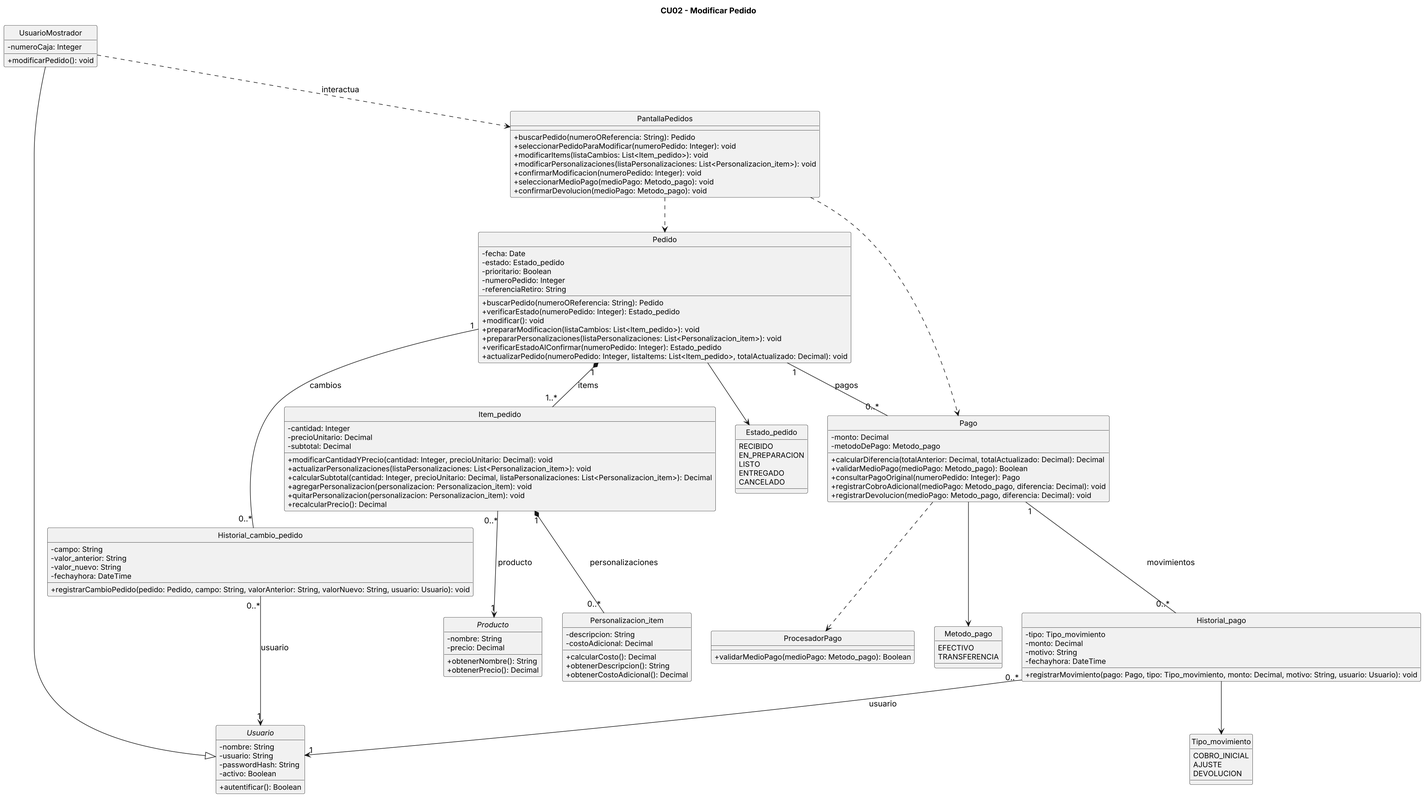
Before: diagramas/01-diagrama-clases/02-clases-modificar-pedido-02.png, a diagram exported from PlantUML (eloeyhe/SistemaPedidos). Its diagram source:
```plantuml
@startuml
title CU02 - Modificar Pedido
top to bottom direction
hide circle
skinparam classAttributeIconSize 0
skinparam defaultFontSize 14
skinparam classFontSize 15
skinparam classAttributeFontSize 13
skinparam dpi 160

abstract class Usuario {
  -nombre: String
  -usuario: String
  -passwordHash: String
  -activo: Boolean
  +autentificar(): Boolean
}

class UsuarioMostrador {
  -numeroCaja: Integer
  +modificarPedido(): void
}

class PantallaPedidos {
  +buscarPedido(numeroOReferencia: String): Pedido
  +seleccionarPedidoParaModificar(numeroPedido: Integer): void
  +modificarItems(listaCambios: List<Item_pedido>): void
  +modificarPersonalizaciones(listaPersonalizaciones: List<Personalizacion_item>): void
  +confirmarModificacion(numeroPedido: Integer): void
  +seleccionarMedioPago(medioPago: Metodo_pago): void
  +confirmarDevolucion(medioPago: Metodo_pago): void
}

class Pedido {
  -fecha: Date
  -estado: Estado_pedido
  -prioritario: Boolean
  -numeroPedido: Integer
  -referenciaRetiro: String
  +buscarPedido(numeroOReferencia: String): Pedido
  +verificarEstado(numeroPedido: Integer): Estado_pedido
  +modificar(): void
  +prepararModificacion(listaCambios: List<Item_pedido>): void
  +prepararPersonalizaciones(listaPersonalizaciones: List<Personalizacion_item>): void
  +verificarEstadoAlConfirmar(numeroPedido: Integer): Estado_pedido
  +actualizarPedido(numeroPedido: Integer, listaItems: List<Item_pedido>, totalActualizado: Decimal): void
}

class Item_pedido {
  -cantidad: Integer
  -precioUnitario: Decimal
  -subtotal: Decimal
  +modificarCantidadYPrecio(cantidad: Integer, precioUnitario: Decimal): void
  +actualizarPersonalizaciones(listaPersonalizaciones: List<Personalizacion_item>): void
  +calcularSubtotal(cantidad: Integer, precioUnitario: Decimal, listaPersonalizaciones: List<Personalizacion_item>): Decimal
  +agregarPersonalizacion(personalizacion: Personalizacion_item): void
  +quitarPersonalizacion(personalizacion: Personalizacion_item): void
  +recalcularPrecio(): Decimal
}

abstract class Producto {
  -nombre: String
  -precio: Decimal
  +obtenerNombre(): String
  +obtenerPrecio(): Decimal
}

class Personalizacion_item {
  -descripcion: String
  -costoAdicional: Decimal
  +calcularCosto(): Decimal
  +obtenerDescripcion(): String
  +obtenerCostoAdicional(): Decimal
}

class Pago {
  -monto: Decimal
  -metodoDePago: Metodo_pago
  +calcularDiferencia(totalAnterior: Decimal, totalActualizado: Decimal): Decimal
  +validarMedioPago(medioPago: Metodo_pago): Boolean
  +consultarPagoOriginal(numeroPedido: Integer): Pago
  +registrarCobroAdicional(medioPago: Metodo_pago, diferencia: Decimal): void
  +registrarDevolucion(medioPago: Metodo_pago, diferencia: Decimal): void
}

class ProcesadorPago {
  +validarMedioPago(medioPago: Metodo_pago): Boolean
}

class Historial_pago {
  -tipo: Tipo_movimiento
  -monto: Decimal
  -motivo: String
  -fechayhora: DateTime
  +registrarMovimiento(pago: Pago, tipo: Tipo_movimiento, monto: Decimal, motivo: String, usuario: Usuario): void
}

class Historial_cambio_pedido {
  -campo: String
  -valor_anterior: String
  -valor_nuevo: String
  -fechayhora: DateTime
  +registrarCambioPedido(pedido: Pedido, campo: String, valorAnterior: String, valorNuevo: String, usuario: Usuario): void
  }

enum Estado_pedido {
  RECIBIDO
  EN_PREPARACION
  LISTO
  ENTREGADO
  CANCELADO
}

enum Metodo_pago {
  EFECTIVO
  TRANSFERENCIA
}

enum Tipo_movimiento {
  COBRO_INICIAL
  AJUSTE
  DEVOLUCION
}

UsuarioMostrador --|> Usuario

UsuarioMostrador ..> PantallaPedidos : interactua
PantallaPedidos ..> Pedido
PantallaPedidos ..> Pago
Pago ..> ProcesadorPago

Pedido "1" *-- "1..*" Item_pedido : items
Item_pedido "1" *-- "0..*" Personalizacion_item : personalizaciones

Item_pedido "0..*" --> "1" Producto : producto
Pedido "1" -- "0..*" Pago : pagos
Pago "1" -- "0..*" Historial_pago : movimientos
Pedido "1" -- "0..*" Historial_cambio_pedido : cambios

Historial_pago "0..*" --> "1" Usuario : usuario
Historial_cambio_pedido "0..*" --> "1" Usuario : usuario

Pedido --> Estado_pedido
Pago --> Metodo_pago
Historial_pago --> Tipo_movimiento

@enduml
```
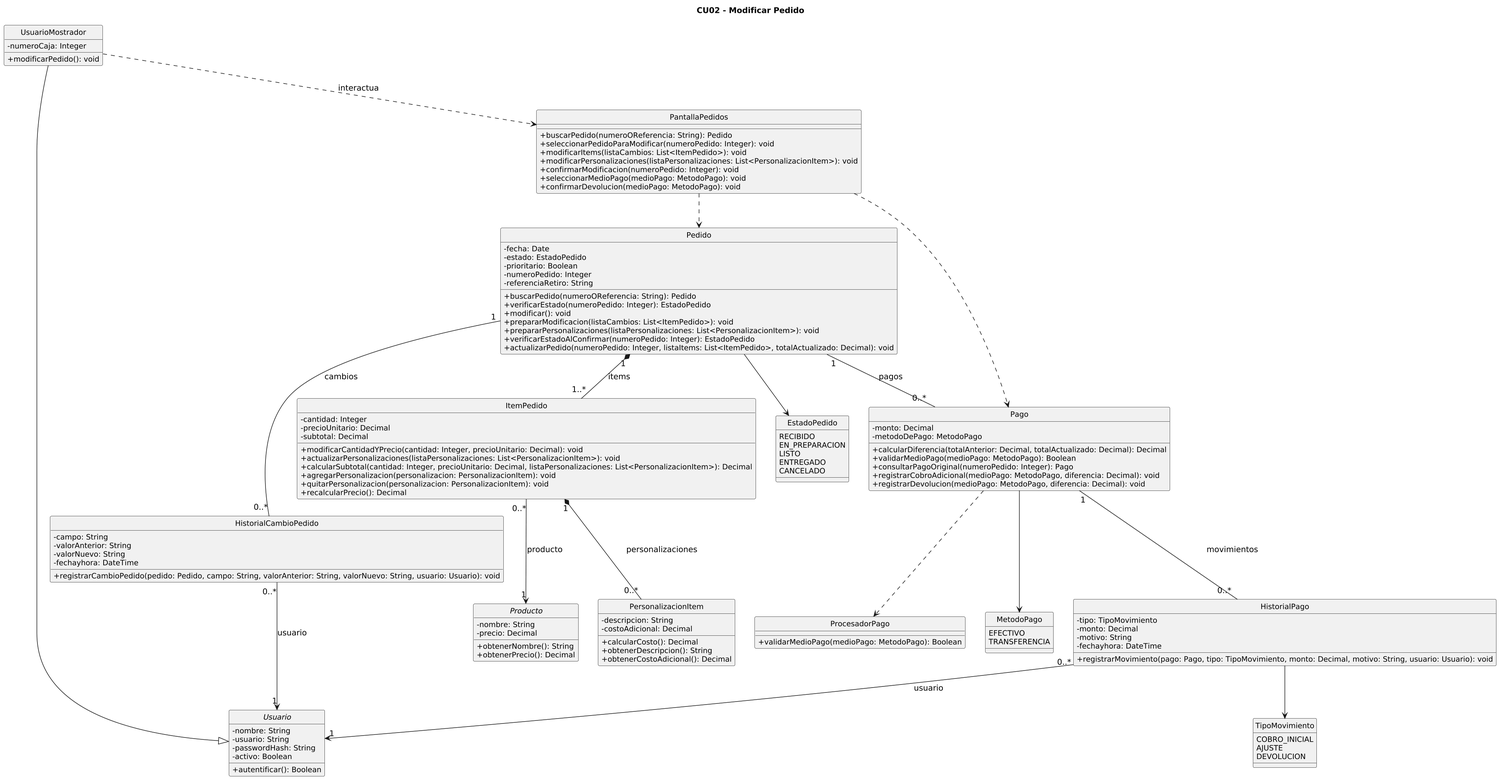
Above is the later version.

The edit, as a diff of the source:
```diff
@@ -1,4 +1,5 @@
 @startuml
+scale 0.9
 title CU02 - Modificar Pedido
 top to bottom direction
 hide circle
@@ -24,37 +25,37 @@
 class PantallaPedidos {
   +buscarPedido(numeroOReferencia: String): Pedido
   +seleccionarPedidoParaModificar(numeroPedido: Integer): void
-  +modificarItems(listaCambios: List<Item_pedido>): void
-  +modificarPersonalizaciones(listaPersonalizaciones: List<Personalizacion_item>): void
+  +modificarItems(listaCambios: List<ItemPedido>): void
+  +modificarPersonalizaciones(listaPersonalizaciones: List<PersonalizacionItem>): void
   +confirmarModificacion(numeroPedido: Integer): void
-  +seleccionarMedioPago(medioPago: Metodo_pago): void
-  +confirmarDevolucion(medioPago: Metodo_pago): void
+  +seleccionarMedioPago(medioPago: MetodoPago): void
+  +confirmarDevolucion(medioPago: MetodoPago): void
 }
 
 class Pedido {
   -fecha: Date
-  -estado: Estado_pedido
+  -estado: EstadoPedido
   -prioritario: Boolean
   -numeroPedido: Integer
   -referenciaRetiro: String
   +buscarPedido(numeroOReferencia: String): Pedido
-  +verificarEstado(numeroPedido: Integer): Estado_pedido
+  +verificarEstado(numeroPedido: Integer): EstadoPedido
   +modificar(): void
-  +prepararModificacion(listaCambios: List<Item_pedido>): void
-  +prepararPersonalizaciones(listaPersonalizaciones: List<Personalizacion_item>): void
-  +verificarEstadoAlConfirmar(numeroPedido: Integer): Estado_pedido
-  +actualizarPedido(numeroPedido: Integer, listaItems: List<Item_pedido>, totalActualizado: Decimal): void
+  +prepararModificacion(listaCambios: List<ItemPedido>): void
+  +prepararPersonalizaciones(listaPersonalizaciones: List<PersonalizacionItem>): void
+  +verificarEstadoAlConfirmar(numeroPedido: Integer): EstadoPedido
+  +actualizarPedido(numeroPedido: Integer, listaItems: List<ItemPedido>, totalActualizado: Decimal): void
 }
 
-class Item_pedido {
+class ItemPedido {
   -cantidad: Integer
   -precioUnitario: Decimal
   -subtotal: Decimal
   +modificarCantidadYPrecio(cantidad: Integer, precioUnitario: Decimal): void
-  +actualizarPersonalizaciones(listaPersonalizaciones: List<Personalizacion_item>): void
-  +calcularSubtotal(cantidad: Integer, precioUnitario: Decimal, listaPersonalizaciones: List<Personalizacion_item>): Decimal
-  +agregarPersonalizacion(personalizacion: Personalizacion_item): void
-  +quitarPersonalizacion(personalizacion: Personalizacion_item): void
+  +actualizarPersonalizaciones(listaPersonalizaciones: List<PersonalizacionItem>): void
+  +calcularSubtotal(cantidad: Integer, precioUnitario: Decimal, listaPersonalizaciones: List<PersonalizacionItem>): Decimal
+  +agregarPersonalizacion(personalizacion: PersonalizacionItem): void
+  +quitarPersonalizacion(personalizacion: PersonalizacionItem): void
   +recalcularPrecio(): Decimal
 }
 
@@ -65,7 +66,7 @@
   +obtenerPrecio(): Decimal
 }
 
-class Personalizacion_item {
+class PersonalizacionItem {
   -descripcion: String
   -costoAdicional: Decimal
   +calcularCosto(): Decimal
@@ -75,35 +76,35 @@
 
 class Pago {
   -monto: Decimal
-  -metodoDePago: Metodo_pago
+  -metodoDePago: MetodoPago
   +calcularDiferencia(totalAnterior: Decimal, totalActualizado: Decimal): Decimal
-  +validarMedioPago(medioPago: Metodo_pago): Boolean
+  +validarMedioPago(medioPago: MetodoPago): Boolean
   +consultarPagoOriginal(numeroPedido: Integer): Pago
-  +registrarCobroAdicional(medioPago: Metodo_pago, diferencia: Decimal): void
-  +registrarDevolucion(medioPago: Metodo_pago, diferencia: Decimal): void
+  +registrarCobroAdicional(medioPago: MetodoPago, diferencia: Decimal): void
+  +registrarDevolucion(medioPago: MetodoPago, diferencia: Decimal): void
 }
 
 class ProcesadorPago {
-  +validarMedioPago(medioPago: Metodo_pago): Boolean
+  +validarMedioPago(medioPago: MetodoPago): Boolean
 }
 
-class Historial_pago {
-  -tipo: Tipo_movimiento
+class HistorialPago {
+  -tipo: TipoMovimiento
   -monto: Decimal
   -motivo: String
   -fechayhora: DateTime
-  +registrarMovimiento(pago: Pago, tipo: Tipo_movimiento, monto: Decimal, motivo: String, usuario: Usuario): void
+  +registrarMovimiento(pago: Pago, tipo: TipoMovimiento, monto: Decimal, motivo: String, usuario: Usuario): void
 }
 
-class Historial_cambio_pedido {
+class HistorialCambioPedido {
   -campo: String
-  -valor_anterior: String
-  -valor_nuevo: String
+  -valorAnterior: String
+  -valorNuevo: String
   -fechayhora: DateTime
   +registrarCambioPedido(pedido: Pedido, campo: String, valorAnterior: String, valorNuevo: String, usuario: Usuario): void
   }
 
-enum Estado_pedido {
+enum EstadoPedido {
   RECIBIDO
   EN_PREPARACION
   LISTO
@@ -111,12 +112,12 @@
   CANCELADO
 }
 
-enum Metodo_pago {
+enum MetodoPago {
   EFECTIVO
   TRANSFERENCIA
 }
 
-enum Tipo_movimiento {
+enum TipoMovimiento {
   COBRO_INICIAL
   AJUSTE
   DEVOLUCION
@@ -129,19 +130,18 @@
 PantallaPedidos ..> Pago
 Pago ..> ProcesadorPago
 
-Pedido "1" *-- "1..*" Item_pedido : items
-Item_pedido "1" *-- "0..*" Personalizacion_item : personalizaciones
+Pedido "1" *-- "1..*" ItemPedido : items
+ItemPedido "1" *-- "0..*" PersonalizacionItem : personalizaciones
 
-Item_pedido "0..*" --> "1" Producto : producto
+ItemPedido "0..*" --> "1" Producto : producto
 Pedido "1" -- "0..*" Pago : pagos
-Pago "1" -- "0..*" Historial_pago : movimientos
-Pedido "1" -- "0..*" Historial_cambio_pedido : cambios
+Pago "1" -- "0..*" HistorialPago : movimientos
+Pedido "1" -- "0..*" HistorialCambioPedido : cambios
 
-Historial_pago "0..*" --> "1" Usuario : usuario
-Historial_cambio_pedido "0..*" --> "1" Usuario : usuario
+HistorialPago "0..*" --> "1" Usuario : usuario
+HistorialCambioPedido "0..*" --> "1" Usuario : usuario
 
-Pedido --> Estado_pedido
-Pago --> Metodo_pago
-Historial_pago --> Tipo_movimiento
-
+Pedido --> EstadoPedido
+Pago --> MetodoPago
+HistorialPago --> TipoMovimiento
 @enduml
```
